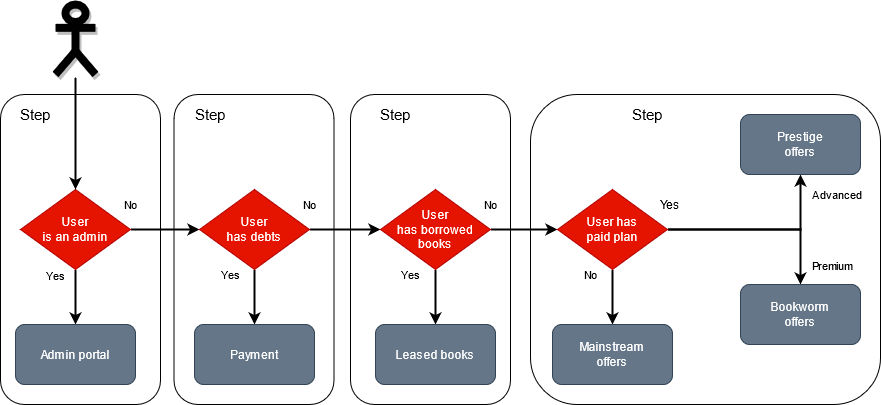
Earlier version of the draw.io export misc/workflow-a.png (jpb06/conditional-workflows). Source tidied: cells renumbered, new cells last; positions are measured from the earlier drawing's top-left corner, leaving out a move shared by most shapes.
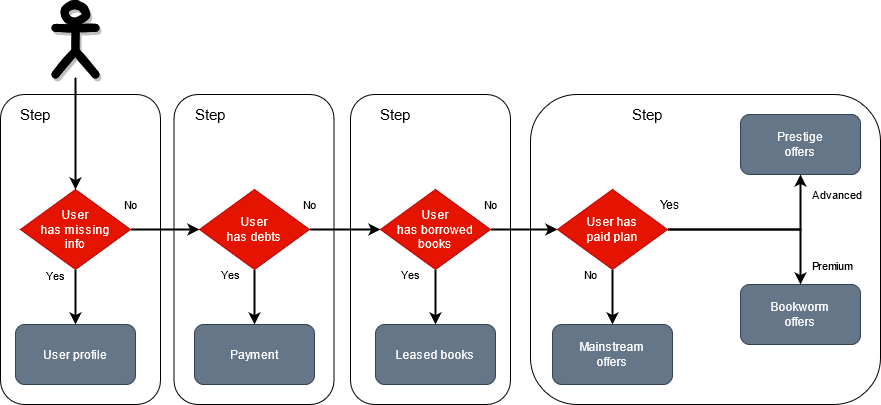
After the commit.

Commit message:
Streamlining example workflow

What changed in the source:
```diff
@@ -24,16 +24,16 @@
     <mxCell id="7" value="No" style="edgeStyle=orthogonalEdgeStyle;rounded=0;jettySize=auto;html=1;strokeWidth=2;" parent="1" edge="1" source="8" target="14">
       <mxGeometry x="-1" y="25" relative="1" as="geometry" />
     </mxCell>
-    <mxCell id="8" value="&lt;div&gt;User&lt;/div&gt;&lt;div&gt;is an admin&lt;br&gt;&lt;/div&gt;" style="rhombus;whiteSpace=wrap;html=1;fillColor=#e51400;strokeColor=#B20000;fontColor=#ffffff;" parent="1" vertex="1">
+    <mxCell id="8" value="&lt;div&gt;User&lt;/div&gt;&lt;div&gt;has missing&lt;br&gt;info&lt;br&gt;&lt;/div&gt;" style="rhombus;whiteSpace=wrap;html=1;fillColor=#e51400;strokeColor=#B20000;fontColor=#ffffff;" parent="1" vertex="1">
       <mxGeometry x="20" y="185" width="110" height="80" as="geometry" />
     </mxCell>
-    <mxCell id="9" style="shape=umlActor;verticalLabelPosition=bottom;verticalAlign=top;html=1;outlineConnect=0;labelBackgroundColor=#ffffff;labelBorderColor=none;spacingTop=2;strokeWidth=8;perimeterSpacing=3;fillColor=none;shadow=1;" parent="1" vertex="1">
+    <mxCell id="9" style="shape=umlActor;verticalLabelPosition=bottom;verticalAlign=top;html=1;outlineConnect=0;labelBackgroundColor=#ffffff;labelBorderColor=none;spacingTop=2;strokeWidth=8;perimeterSpacing=3;shadow=1;fillColor=none;sketch=1;" parent="1" vertex="1">
       <mxGeometry x="55" width="40" height="70" as="geometry" />
     </mxCell>
     <mxCell id="10" style="endArrow=classic;html=1;entryX=0.5;entryY=0;entryDx=0;entryDy=0;strokeWidth=2;" parent="1" edge="1" source="9" target="8">
       <mxGeometry relative="1" as="geometry" />
     </mxCell>
-    <mxCell id="11" value="Admin portal" style="rounded=1;whiteSpace=wrap;html=1;fillColor=#647687;strokeColor=#314354;fontColor=#ffffff;" parent="1" vertex="1">
+    <mxCell id="11" value="User profile" style="rounded=1;whiteSpace=wrap;html=1;fillColor=#647687;strokeColor=#314354;fontColor=#ffffff;" parent="1" vertex="1">
       <mxGeometry x="15" y="320" width="120" height="60" as="geometry" />
     </mxCell>
     <mxCell id="12" value="Yes" style="edgeStyle=orthogonalEdgeStyle;rounded=0;jettySize=auto;html=1;strokeWidth=2;" parent="1" edge="1" source="14" target="15">
```
